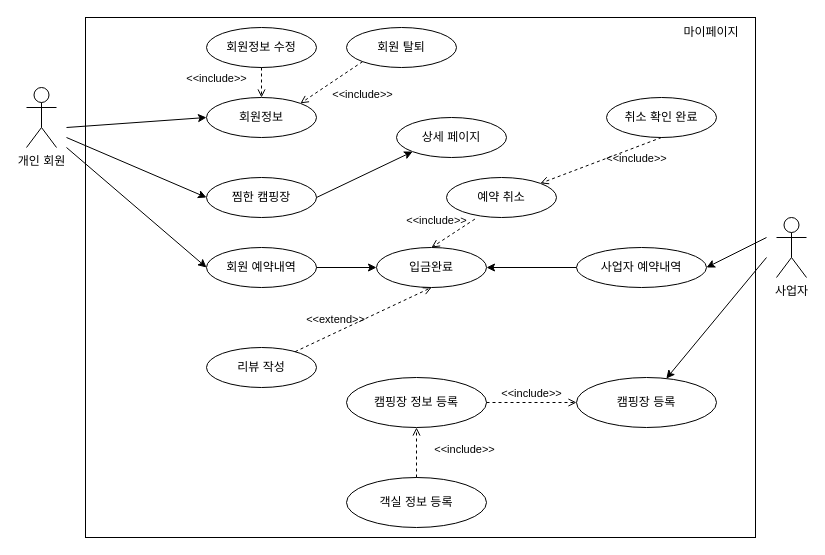
Before: UML/MyPage.drawio in boming09/FinalProject, a draw.io diagram. Source tidied: cells renumbered, new cells numbered last; positions are measured from the earlier drawing's top-left corner, leaving out a move shared by most shapes. Both pictures are drawn from the tidied source at 100%, with x=0, y=0 at pixel (26, 17).
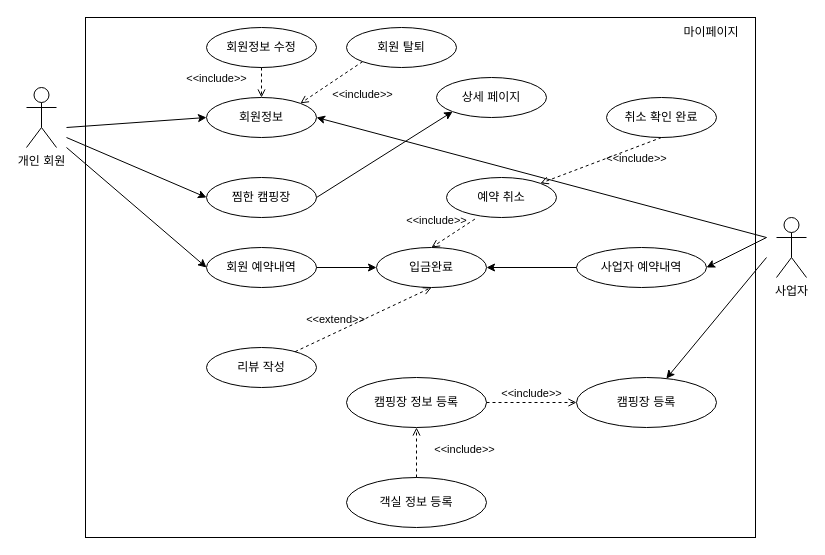
The same diagram, later.

Unchanged cells that the change refers to:
```xml
<mxCell id="4" value="회원정보&lt;br&gt;" style="ellipse;whiteSpace=wrap;html=1;" parent="1" vertex="1">
  <mxGeometry x="180" y="80" width="110" height="40" as="geometry" />
</mxCell>
```

Change to the diagram source:
```diff
@@
     <mxCell id="8" value="상세 페이지&lt;br&gt;" style="ellipse;whiteSpace=wrap;html=1;" parent="1" vertex="1">
-      <mxGeometry x="370" y="100" width="110" height="40" as="geometry" />
+      <mxGeometry x="410" y="60" width="110" height="40" as="geometry" />
     </mxCell>
@@
+    <mxCell id="35" style="endArrow=classic;html=1;rounded=0;entryX=1;entryY=0.5;entryDx=0;entryDy=0;" parent="1" edge="1" target="4">
+      <mxGeometry relative="1" as="geometry">
+        <mxPoint x="740" y="220" as="sourcePoint" />
+      </mxGeometry>
+    </mxCell>
```
